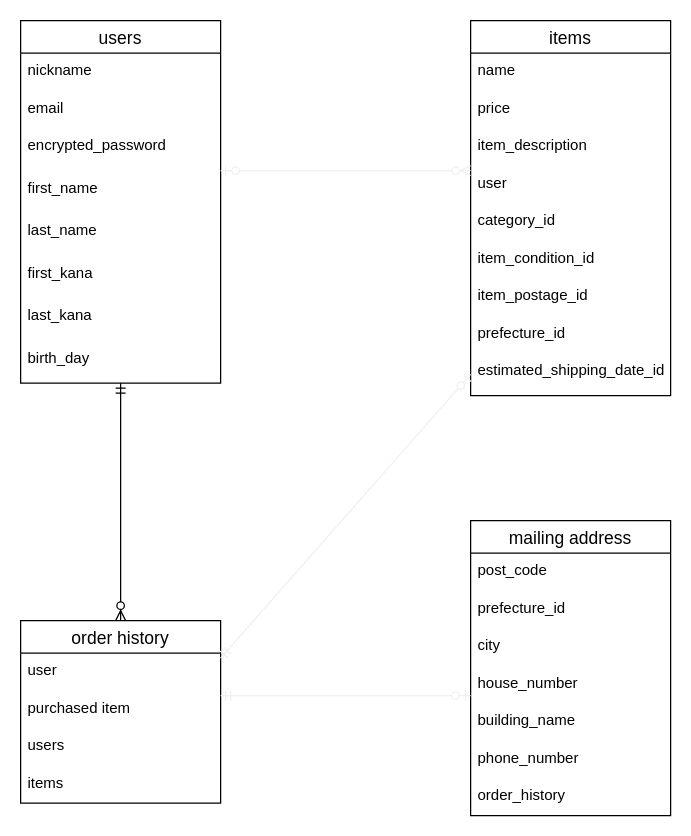
Before: test.dio in roadrunnerair/furima-35908, a draw.io diagram. Source tidied: cells renumbered, new cells numbered last; positions are measured from the earlier drawing's top-left corner, leaving out a move shared by most shapes. Both pictures are drawn from the tidied source at 125%, with x=0, y=0 at pixel (20, 20).
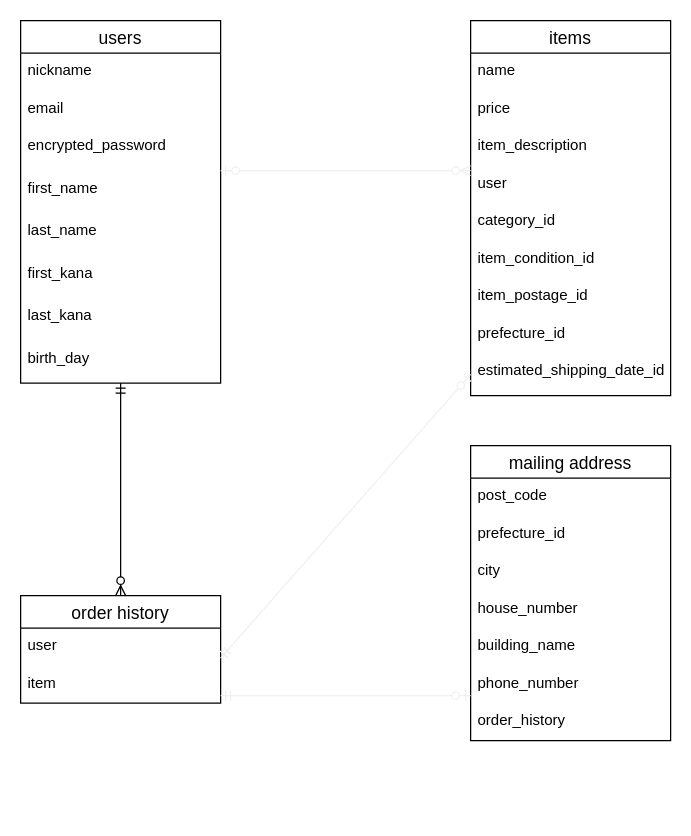
Above is the later version.

Commit message (it also covers changes not shown here):
データベース設計 3

What changed in the source:
```diff
@@
     <mxCell id="21" value="order history" style="swimlane;fontStyle=0;horizontal=1;startSize=26;align=center;fontSize=14;" parent="1" vertex="1">
-      <mxGeometry y="480" width="160" height="146" as="geometry" />
+      <mxGeometry y="460" width="160" height="86" as="geometry" />
     </mxCell>
@@
-    <mxCell id="23" value="purchased item" style="text;strokeColor=none;fillColor=none;spacingLeft=4;spacingRight=4;overflow=hidden;fontSize=12;" parent="21" vertex="1">
-      <mxGeometry y="56" width="160" height="30" as="geometry" />
-    </mxCell>
-    <mxCell id="24" value="users" style="text;strokeColor=none;fillColor=none;spacingLeft=4;spacingRight=4;overflow=hidden;fontSize=12;" parent="21" vertex="1">
-      <mxGeometry y="86" width="160" height="30" as="geometry" />
-    </mxCell>
-    <mxCell id="25" value="items" style="text;strokeColor=none;fillColor=none;spacingLeft=4;spacingRight=4;overflow=hidden;fontSize=12;" parent="21" vertex="1">
-      <mxGeometry y="116" width="160" height="30" as="geometry" />
+    <mxCell id="25" value="item" style="text;strokeColor=none;fillColor=none;spacingLeft=4;spacingRight=4;overflow=hidden;fontSize=12;" parent="21" vertex="1">
+      <mxGeometry y="56" width="160" height="30" as="geometry" />
     </mxCell>
@@
     <mxCell id="27" value="mailing address" style="swimlane;fontStyle=0;horizontal=1;startSize=26;align=center;fontSize=14;" parent="1" vertex="1">
-      <mxGeometry x="360" y="400" width="160" height="236" as="geometry" />
+      <mxGeometry x="360" y="340" width="160" height="236" as="geometry" />
     </mxCell>
```
